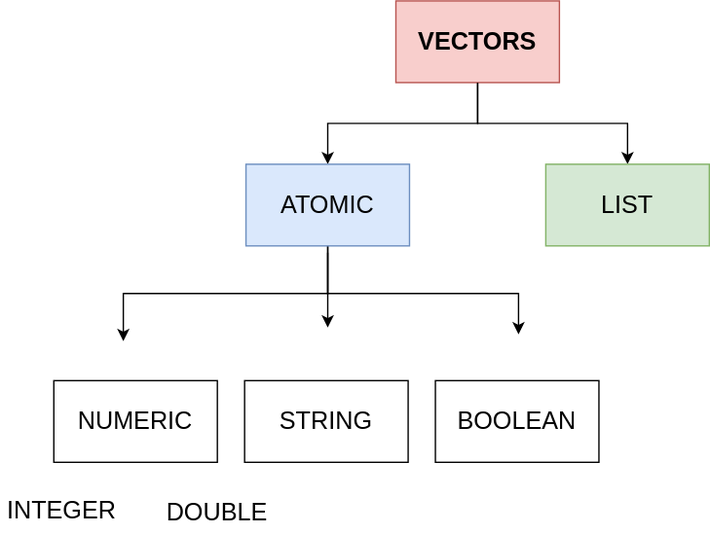
Before: slides/3_data_structures/img/vectors_diagram.svg, a diagram exported from draw.io (arca-dpss/course-R). Source tidied: cells renumbered, new cells last; positions are measured from the earlier drawing's top-left corner, leaving out a move shared by most shapes. The source it was exported from:
```xml
<mxGraphModel>
  <root>
    <mxCell id="0" />
    <mxCell id="1" parent="0" />
    <mxCell id="2" style="edgeStyle=orthogonalEdgeStyle;rounded=0;jettySize=auto;html=1;exitX=0.5;exitY=1;exitDx=0;exitDy=0;fontSize=18;" parent="1" edge="1" source="3">
      <mxGeometry relative="1" as="geometry">
        <mxPoint x="240" y="120" as="targetPoint" />
      </mxGeometry>
    </mxCell>
    <mxCell id="3" value="&lt;b&gt;&lt;font style=&quot;font-size: 18px&quot;&gt;VECTORS&lt;/font&gt;&lt;/b&gt;" style="rounded=0;whiteSpace=wrap;html=1;fillColor=#f8cecc;strokeColor=#b85450;" parent="1" vertex="1">
      <mxGeometry x="290" width="120" height="60" as="geometry" />
    </mxCell>
    <mxCell id="4" style="edgeStyle=orthogonalEdgeStyle;rounded=0;jettySize=auto;html=1;exitX=0.5;exitY=1;exitDx=0;exitDy=0;fontSize=18;" parent="1" edge="1" source="3">
      <mxGeometry relative="1" as="geometry">
        <mxPoint x="460" y="120" as="targetPoint" />
      </mxGeometry>
    </mxCell>
    <mxCell id="5" style="edgeStyle=orthogonalEdgeStyle;rounded=0;jettySize=auto;html=1;exitX=0.5;exitY=1;exitDx=0;exitDy=0;fontSize=18;" parent="1" edge="1" source="7">
      <mxGeometry relative="1" as="geometry">
        <mxPoint x="90" y="250" as="targetPoint" />
      </mxGeometry>
    </mxCell>
    <mxCell id="6" style="edgeStyle=none;rounded=0;jettySize=auto;html=1;exitX=0.5;exitY=1;exitDx=0;exitDy=0;fontSize=18;" parent="1" edge="1" source="7">
      <mxGeometry relative="1" as="geometry">
        <mxPoint x="240" y="240" as="targetPoint" />
      </mxGeometry>
    </mxCell>
    <mxCell id="7" value="ATOMIC" style="rounded=0;whiteSpace=wrap;html=1;fontSize=18;fillColor=#dae8fc;strokeColor=#6c8ebf;" parent="1" vertex="1">
      <mxGeometry x="180" y="120" width="120" height="60" as="geometry" />
    </mxCell>
    <mxCell id="8" value="LIST" style="rounded=0;whiteSpace=wrap;html=1;fontSize=18;fillColor=#d5e8d4;strokeColor=#82b366;" parent="1" vertex="1">
      <mxGeometry x="400" y="120" width="120" height="60" as="geometry" />
    </mxCell>
    <mxCell id="9" value="NUMERIC" style="rounded=0;whiteSpace=wrap;html=1;fontSize=18;" parent="1" vertex="1">
      <mxGeometry x="39" y="279" width="120" height="60" as="geometry" />
    </mxCell>
    <mxCell id="10" value="STRING" style="rounded=0;whiteSpace=wrap;html=1;fontSize=18;" parent="1" vertex="1">
      <mxGeometry x="179" y="279" width="120" height="60" as="geometry" />
    </mxCell>
    <mxCell id="11" value="BOOLEAN" style="rounded=0;whiteSpace=wrap;html=1;fontSize=18;" parent="1" vertex="1">
      <mxGeometry x="319" y="279" width="120" height="60" as="geometry" />
    </mxCell>
    <mxCell id="12" style="edgeStyle=orthogonalEdgeStyle;rounded=0;orthogonalLoop=1;jettySize=auto;html=1;fontSize=18;" parent="1" edge="1">
      <mxGeometry relative="1" as="geometry">
        <mxPoint x="240" y="185" as="sourcePoint" />
        <mxPoint x="380" y="245" as="targetPoint" />
        <Array as="points">
          <mxPoint x="240" y="215" />
          <mxPoint x="380" y="215" />
        </Array>
      </mxGeometry>
    </mxCell>
    <mxCell id="13" value="INTEGER" style="text;html=1;strokeColor=none;fillColor=none;align=center;verticalAlign=middle;whiteSpace=wrap;rounded=0;fontSize=18;" parent="1" vertex="1">
      <mxGeometry y="360" width="90" height="30" as="geometry" />
    </mxCell>
    <mxCell id="14" value="DOUBLE" style="text;html=1;strokeColor=none;fillColor=none;align=center;verticalAlign=middle;whiteSpace=wrap;rounded=0;fontSize=18;" parent="1" vertex="1">
      <mxGeometry x="129" y="361" width="60" height="30" as="geometry" />
    </mxCell>
  </root>
</mxGraphModel>
```
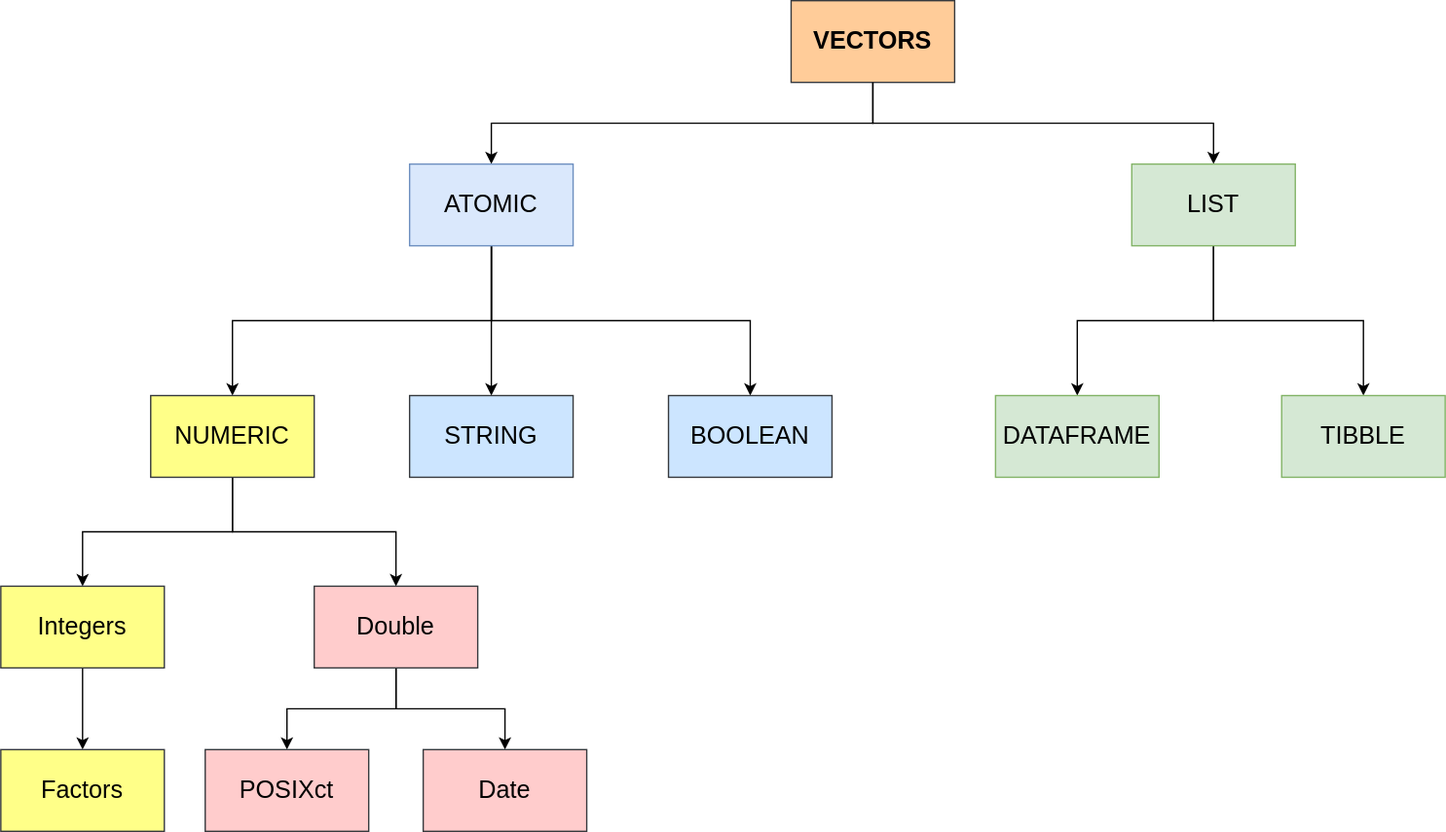
Later version of the same file.

What changed in the source:
```diff
@@ -2,59 +2,82 @@
   <root>
     <mxCell id="0" />
     <mxCell id="1" parent="0" />
-    <mxCell id="2" style="edgeStyle=orthogonalEdgeStyle;rounded=0;jettySize=auto;html=1;exitX=0.5;exitY=1;exitDx=0;exitDy=0;fontSize=18;" parent="1" edge="1" source="3">
-      <mxGeometry relative="1" as="geometry">
-        <mxPoint x="240" y="120" as="targetPoint" />
-      </mxGeometry>
+    <mxCell id="2" style="edgeStyle=orthogonalEdgeStyle;rounded=0;jettySize=auto;html=1;exitX=0.5;exitY=1;exitDx=0;exitDy=0;fontSize=18;entryX=0.5;entryY=0;entryDx=0;entryDy=0;" parent="1" edge="1" source="3" target="7">
+      <mxGeometry relative="1" as="geometry" />
     </mxCell>
-    <mxCell id="3" value="&lt;b&gt;&lt;font style=&quot;font-size: 18px&quot;&gt;VECTORS&lt;/font&gt;&lt;/b&gt;" style="rounded=0;whiteSpace=wrap;html=1;fillColor=#f8cecc;strokeColor=#b85450;" parent="1" vertex="1">
-      <mxGeometry x="290" width="120" height="60" as="geometry" />
+    <mxCell id="3" value="&lt;b&gt;&lt;font style=&quot;font-size: 18px&quot;&gt;VECTORS&lt;/font&gt;&lt;/b&gt;" style="rounded=0;whiteSpace=wrap;html=1;fillColor=#ffcc99;strokeColor=#36393d;" parent="1" vertex="1">
+      <mxGeometry x="260" width="120" height="60" as="geometry" />
     </mxCell>
-    <mxCell id="4" style="edgeStyle=orthogonalEdgeStyle;rounded=0;jettySize=auto;html=1;exitX=0.5;exitY=1;exitDx=0;exitDy=0;fontSize=18;" parent="1" edge="1" source="3">
-      <mxGeometry relative="1" as="geometry">
-        <mxPoint x="460" y="120" as="targetPoint" />
-      </mxGeometry>
+    <mxCell id="4" style="edgeStyle=orthogonalEdgeStyle;rounded=0;jettySize=auto;html=1;exitX=0.5;exitY=1;exitDx=0;exitDy=0;fontSize=18;entryX=0.5;entryY=0;entryDx=0;entryDy=0;" parent="1" edge="1" source="3" target="8">
+      <mxGeometry relative="1" as="geometry" />
     </mxCell>
-    <mxCell id="5" style="edgeStyle=orthogonalEdgeStyle;rounded=0;jettySize=auto;html=1;exitX=0.5;exitY=1;exitDx=0;exitDy=0;fontSize=18;" parent="1" edge="1" source="7">
-      <mxGeometry relative="1" as="geometry">
-        <mxPoint x="90" y="250" as="targetPoint" />
-      </mxGeometry>
-    </mxCell>
-    <mxCell id="6" style="edgeStyle=none;rounded=0;jettySize=auto;html=1;exitX=0.5;exitY=1;exitDx=0;exitDy=0;fontSize=18;" parent="1" edge="1" source="7">
-      <mxGeometry relative="1" as="geometry">
-        <mxPoint x="240" y="240" as="targetPoint" />
-      </mxGeometry>
-    </mxCell>
+    <mxCell id="15" style="edgeStyle=orthogonalEdgeStyle;rounded=0;jettySize=auto;html=1;exitX=0.5;exitY=1;exitDx=0;exitDy=0;entryX=0.5;entryY=0;entryDx=0;entryDy=0;" parent="1" edge="1" source="7" target="9">
+      <mxGeometry relative="1" as="geometry" />
+    </mxCell>
+    <mxCell id="16" style="edgeStyle=orthogonalEdgeStyle;rounded=0;jettySize=auto;html=1;exitX=0.5;exitY=1;exitDx=0;exitDy=0;" parent="1" edge="1" source="7">
+      <mxGeometry relative="1" as="geometry">
+        <mxPoint x="230" y="290" as="targetPoint" />
+      </mxGeometry>
+    </mxCell>
+    <mxCell id="17" style="edgeStyle=orthogonalEdgeStyle;rounded=0;jettySize=auto;html=1;exitX=0.5;exitY=1;exitDx=0;exitDy=0;" parent="1" edge="1" source="7" target="10">
+      <mxGeometry relative="1" as="geometry" />
+    </mxCell>
     <mxCell id="7" value="ATOMIC" style="rounded=0;whiteSpace=wrap;html=1;fontSize=18;fillColor=#dae8fc;strokeColor=#6c8ebf;" parent="1" vertex="1">
-      <mxGeometry x="180" y="120" width="120" height="60" as="geometry" />
+      <mxGeometry x="-20" y="120" width="120" height="60" as="geometry" />
     </mxCell>
+    <mxCell id="18" style="edgeStyle=orthogonalEdgeStyle;rounded=0;jettySize=auto;html=1;exitX=0.5;exitY=1;exitDx=0;exitDy=0;" parent="1" edge="1" source="8" target="23">
+      <mxGeometry relative="1" as="geometry" />
+    </mxCell>
+    <mxCell id="19" style="edgeStyle=orthogonalEdgeStyle;rounded=0;jettySize=auto;html=1;exitX=0.5;exitY=1;exitDx=0;exitDy=0;entryX=0.5;entryY=0;entryDx=0;entryDy=0;" parent="1" edge="1" source="8" target="22">
+      <mxGeometry relative="1" as="geometry" />
+    </mxCell>
     <mxCell id="8" value="LIST" style="rounded=0;whiteSpace=wrap;html=1;fontSize=18;fillColor=#d5e8d4;strokeColor=#82b366;" parent="1" vertex="1">
-      <mxGeometry x="400" y="120" width="120" height="60" as="geometry" />
+      <mxGeometry x="510" y="120" width="120" height="60" as="geometry" />
     </mxCell>
+    <mxCell id="20" style="edgeStyle=orthogonalEdgeStyle;rounded=0;jettySize=auto;html=1;exitX=0.5;exitY=1;exitDx=0;exitDy=0;entryX=0.5;entryY=0;entryDx=0;entryDy=0;" parent="1" edge="1" source="9" target="25">
+      <mxGeometry relative="1" as="geometry" />
+    </mxCell>
+    <mxCell id="21" style="edgeStyle=orthogonalEdgeStyle;rounded=0;jettySize=auto;html=1;exitX=0.5;exitY=1;exitDx=0;exitDy=0;entryX=0.5;entryY=0;entryDx=0;entryDy=0;" parent="1" edge="1" source="9" target="28">
+      <mxGeometry relative="1" as="geometry" />
+    </mxCell>
-    <mxCell id="9" value="NUMERIC" style="rounded=0;whiteSpace=wrap;html=1;fontSize=18;" parent="1" vertex="1">
-      <mxGeometry x="39" y="279" width="120" height="60" as="geometry" />
+    <mxCell id="9" value="NUMERIC" style="rounded=0;whiteSpace=wrap;html=1;fontSize=18;fillColor=#ffff88;strokeColor=#36393d;" parent="1" vertex="1">
+      <mxGeometry x="-210" y="290" width="120" height="60" as="geometry" />
     </mxCell>
-    <mxCell id="10" value="STRING" style="rounded=0;whiteSpace=wrap;html=1;fontSize=18;" parent="1" vertex="1">
-      <mxGeometry x="179" y="279" width="120" height="60" as="geometry" />
+    <mxCell id="10" value="STRING" style="rounded=0;whiteSpace=wrap;html=1;fontSize=18;fillColor=#cce5ff;strokeColor=#36393d;" parent="1" vertex="1">
+      <mxGeometry x="-20" y="290" width="120" height="60" as="geometry" />
     </mxCell>
-    <mxCell id="11" value="BOOLEAN" style="rounded=0;whiteSpace=wrap;html=1;fontSize=18;" parent="1" vertex="1">
-      <mxGeometry x="319" y="279" width="120" height="60" as="geometry" />
+    <mxCell id="11" value="BOOLEAN" style="rounded=0;whiteSpace=wrap;html=1;fontSize=18;fillColor=#cce5ff;strokeColor=#36393d;" parent="1" vertex="1">
+      <mxGeometry x="170" y="290" width="120" height="60" as="geometry" />
     </mxCell>
-    <mxCell id="12" style="edgeStyle=orthogonalEdgeStyle;rounded=0;orthogonalLoop=1;jettySize=auto;html=1;fontSize=18;" parent="1" edge="1">
-      <mxGeometry relative="1" as="geometry">
-        <mxPoint x="240" y="185" as="sourcePoint" />
-        <mxPoint x="380" y="245" as="targetPoint" />
-        <Array as="points">
-          <mxPoint x="240" y="215" />
-          <mxPoint x="380" y="215" />
-        </Array>
-      </mxGeometry>
-    </mxCell>
-    <mxCell id="13" value="INTEGER" style="text;html=1;strokeColor=none;fillColor=none;align=center;verticalAlign=middle;whiteSpace=wrap;rounded=0;fontSize=18;" parent="1" vertex="1">
-      <mxGeometry y="360" width="90" height="30" as="geometry" />
-    </mxCell>
-    <mxCell id="14" value="DOUBLE" style="text;html=1;strokeColor=none;fillColor=none;align=center;verticalAlign=middle;whiteSpace=wrap;rounded=0;fontSize=18;" parent="1" vertex="1">
-      <mxGeometry x="129" y="361" width="60" height="30" as="geometry" />
-    </mxCell>
+    <mxCell id="22" value="DATAFRAME" style="rounded=0;whiteSpace=wrap;html=1;fontSize=18;fillColor=#d5e8d4;strokeColor=#82b366;" parent="1" vertex="1">
+      <mxGeometry x="410" y="290" width="120" height="60" as="geometry" />
+    </mxCell>
+    <mxCell id="23" value="TIBBLE" style="rounded=0;whiteSpace=wrap;html=1;fontSize=18;fillColor=#d5e8d4;strokeColor=#82b366;" parent="1" vertex="1">
+      <mxGeometry x="620" y="290" width="120" height="60" as="geometry" />
+    </mxCell>
+    <mxCell id="24" style="edgeStyle=orthogonalEdgeStyle;rounded=0;jettySize=auto;html=1;exitX=0.5;exitY=1;exitDx=0;exitDy=0;entryX=0.5;entryY=0;entryDx=0;entryDy=0;" parent="1" edge="1" source="25" target="29">
+      <mxGeometry relative="1" as="geometry" />
+    </mxCell>
+    <mxCell id="25" value="Integers" style="rounded=0;whiteSpace=wrap;html=1;fontSize=18;fillColor=#ffff88;strokeColor=#36393d;" parent="1" vertex="1">
+      <mxGeometry x="-320" y="430" width="120" height="60" as="geometry" />
+    </mxCell>
+    <mxCell id="26" style="edgeStyle=orthogonalEdgeStyle;rounded=0;jettySize=auto;html=1;exitX=0.5;exitY=1;exitDx=0;exitDy=0;entryX=0.5;entryY=0;entryDx=0;entryDy=0;" parent="1" edge="1" source="28" target="30">
+      <mxGeometry relative="1" as="geometry" />
+    </mxCell>
+    <mxCell id="27" style="edgeStyle=orthogonalEdgeStyle;rounded=0;jettySize=auto;html=1;exitX=0.5;exitY=1;exitDx=0;exitDy=0;" parent="1" edge="1" source="28" target="31">
+      <mxGeometry relative="1" as="geometry" />
+    </mxCell>
+    <mxCell id="28" value="Double" style="rounded=0;whiteSpace=wrap;html=1;fontSize=18;fillColor=#ffcccc;strokeColor=#36393d;" parent="1" vertex="1">
+      <mxGeometry x="-90" y="430" width="120" height="60" as="geometry" />
+    </mxCell>
+    <mxCell id="29" value="Factors" style="rounded=0;whiteSpace=wrap;html=1;fontSize=18;fillColor=#ffff88;strokeColor=#36393d;" parent="1" vertex="1">
+      <mxGeometry x="-320" y="550" width="120" height="60" as="geometry" />
+    </mxCell>
+    <mxCell id="30" value="POSIXct" style="rounded=0;whiteSpace=wrap;html=1;fontSize=18;fillColor=#ffcccc;strokeColor=#36393d;" parent="1" vertex="1">
+      <mxGeometry x="-170" y="550" width="120" height="60" as="geometry" />
+    </mxCell>
+    <mxCell id="31" value="Date" style="rounded=0;whiteSpace=wrap;html=1;fontSize=18;fillColor=#ffcccc;strokeColor=#36393d;" parent="1" vertex="1">
+      <mxGeometry x="-10" y="550" width="120" height="60" as="geometry" />
+    </mxCell>
   </root>
 </mxGraphModel>
```
